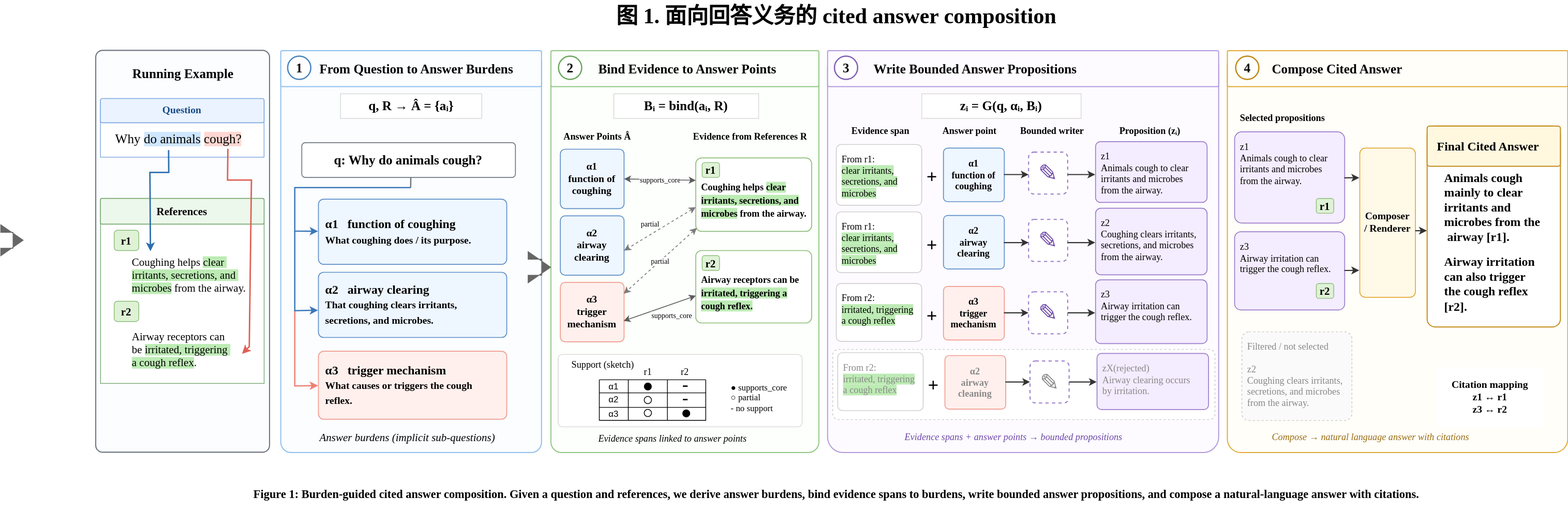
The draw.io diagram 7.22小论文方法逻辑图.drawio.svg in handsome-tony/picture, before a commit. Source tidied: cells renumbered, new cells last; positions are measured from the earlier drawing's top-left corner, leaving out a move shared by most shapes.
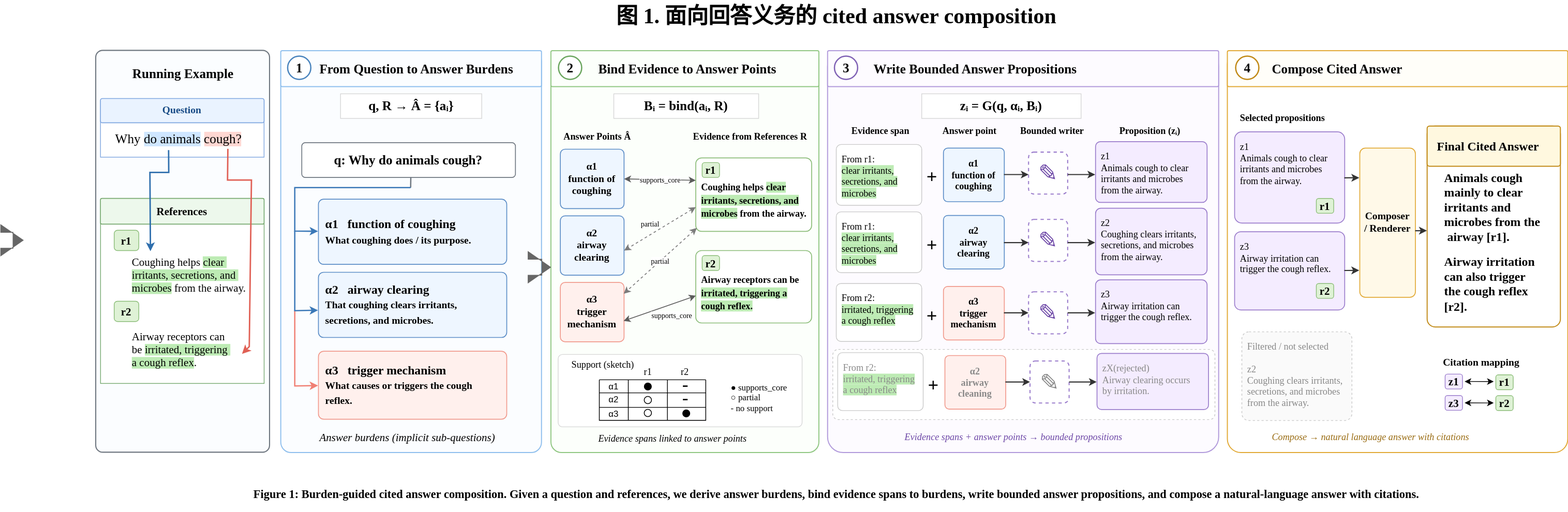
Later version of the same file.

Commit message:
更新7.22小论文方法逻辑图.drawio.svg

Diff of the diagram source:
```diff
@@ -2,7 +2,7 @@
   <root>
     <mxCell id="0" />
     <mxCell id="1" parent="0" />
-    <mxCell id="2" style="rounded=1;whiteSpace=wrap;html=1;arcSize=4;fillColor=#fffef9;strokeColor=#e2aa37;strokeWidth=1.4;" parent="1" vertex="1">
+    <mxCell id="2" style="rounded=1;whiteSpace=wrap;html=1;arcSize=4;fillColor=#FFFFFF;strokeColor=#e2aa37;strokeWidth=1.4;" parent="1" vertex="1">
       <mxGeometry x="1677.2" y="70.5" width="470" height="555" as="geometry" />
     </mxCell>
     <mxCell id="3" style="rounded=1;whiteSpace=wrap;html=1;arcSize=6;fillColor=#FFFFFF;strokeColor=#c18a17;strokeWidth=1.4;align=left;verticalAlign=top;fontFamily=Times New Roman;fontSize=17;fontStyle=1;spacing=14;" parent="1" vertex="1">
@@ -305,8 +305,8 @@
     <mxCell id="87" value="Final Cited Answer" style="rounded=1;whiteSpace=wrap;html=1;arcSize=6;fillColor=#fff8df;strokeColor=#c18a17;strokeWidth=1.4;align=left;verticalAlign=top;fontFamily=Times New Roman;fontSize=17;fontStyle=1;spacing=14;" parent="1" vertex="1">
       <mxGeometry x="1953" y="174.5" width="184" height="55.5" as="geometry" />
     </mxCell>
-    <mxCell id="88" value="Citation mapping&lt;br&gt;z1 ↔ r1&lt;br&gt;z3 ↔ r2" style="rounded=1;whiteSpace=wrap;html=1;arcSize=6;fillColor=#ffffff;strokeColor=none;fontFamily=Times New Roman;fontSize=14;fontStyle=1;align=center;" parent="1" vertex="1">
-      <mxGeometry x="1965.2" y="507.5" width="150" height="84" as="geometry" />
+    <mxCell id="88" value="Citation mapping" style="rounded=1;whiteSpace=wrap;html=1;arcSize=6;fillColor=#ffffff;strokeColor=none;fontFamily=Times New Roman;fontSize=14;fontStyle=1;align=center;" parent="1" vertex="1">
+      <mxGeometry x="1953" y="487.1" width="150" height="30" as="geometry" />
     </mxCell>
     <mxCell id="89" value="Compose → natural language answer with citations" style="text;html=1;strokeColor=none;fillColor=none;align=left;verticalAlign=middle;fontFamily=Times New Roman;fontSize=13;fontStyle=2;fontColor=#996b11;" parent="1" vertex="1">
       <mxGeometry x="1737.2" y="590" width="360" height="28" as="geometry" />
@@ -473,5 +473,29 @@
     <mxCell id="133" value="r2" style="rounded=1;whiteSpace=wrap;html=1;arcSize=16;fillColor=#dff2d6;strokeColor=#8abc77;fontFamily=Times New Roman;fontSize=15;fontStyle=1;" parent="1" vertex="1">
       <mxGeometry x="1800" y="392" width="24" height="20.5" as="geometry" />
     </mxCell>
+    <mxCell id="134" value="r1" style="rounded=1;whiteSpace=wrap;html=1;arcSize=16;fillColor=#dff2d6;strokeColor=#8abc77;fontFamily=Times New Roman;fontSize=15;fontStyle=1;" parent="1" vertex="1">
+      <mxGeometry x="2047.8" y="518.1" width="24" height="20.5" as="geometry" />
+    </mxCell>
+    <mxCell id="135" value="r2" style="rounded=1;whiteSpace=wrap;html=1;arcSize=16;fillColor=#dff2d6;strokeColor=#8abc77;fontFamily=Times New Roman;fontSize=15;fontStyle=1;" parent="1" vertex="1">
+      <mxGeometry x="2047.8" y="546.9" width="24" height="20.5" as="geometry" />
+    </mxCell>
+    <mxCell id="136" value="z1" style="rounded=1;whiteSpace=wrap;html=1;arcSize=16;fillColor=#F4ECFF;strokeColor=#9B7DCC;fontFamily=Times New Roman;fontSize=15;fontStyle=1;" parent="1" vertex="1">
+      <mxGeometry x="1977.8" y="517.1" width="24" height="20.5" as="geometry" />
+    </mxCell>
+    <mxCell id="137" value="z3" style="rounded=1;whiteSpace=wrap;html=1;arcSize=16;fillColor=#F4ECFF;strokeColor=#9B7DCC;fontFamily=Times New Roman;fontSize=15;fontStyle=1;" parent="1" vertex="1">
+      <mxGeometry x="1977.8" y="546.6" width="24" height="20.5" as="geometry" />
+    </mxCell>
+    <mxCell id="138" style="endArrow=classic;startArrow=classic;html=1;rounded=0;" parent="1" edge="1">
+      <mxGeometry relative="1" as="geometry">
+        <mxPoint x="2004.8" y="527.3" as="sourcePoint" />
+        <mxPoint x="2044.9" y="527.5" as="targetPoint" />
+      </mxGeometry>
+    </mxCell>
+    <mxCell id="139" style="endArrow=classic;startArrow=classic;html=1;rounded=0;" parent="1" edge="1">
+      <mxGeometry relative="1" as="geometry">
+        <mxPoint x="2004.8" y="556.8" as="sourcePoint" />
+        <mxPoint x="2044.8" y="556.9" as="targetPoint" />
+      </mxGeometry>
+    </mxCell>
   </root>
 </mxGraphModel>
```
